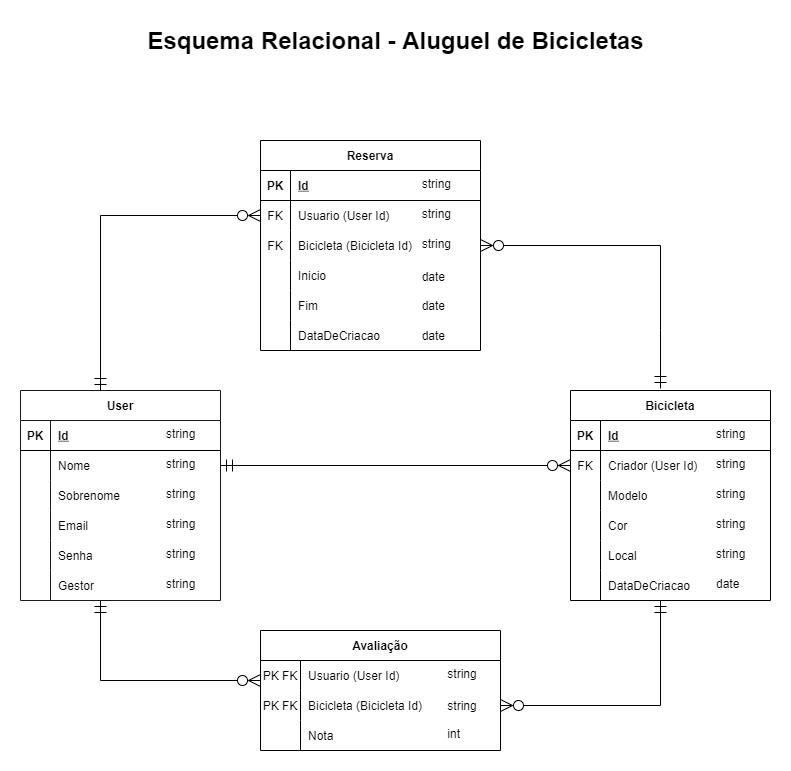
This is docs/img/diagramas/esquema-relacional.drawio.png from renemennab/projeto-aluguel-de-bicicleta-mobile, a draw.io export, as it was before one commit. Source tidied: cells renumbered, new cells last; positions are measured from the earlier drawing's top-left corner, leaving out a move shared by most shapes.
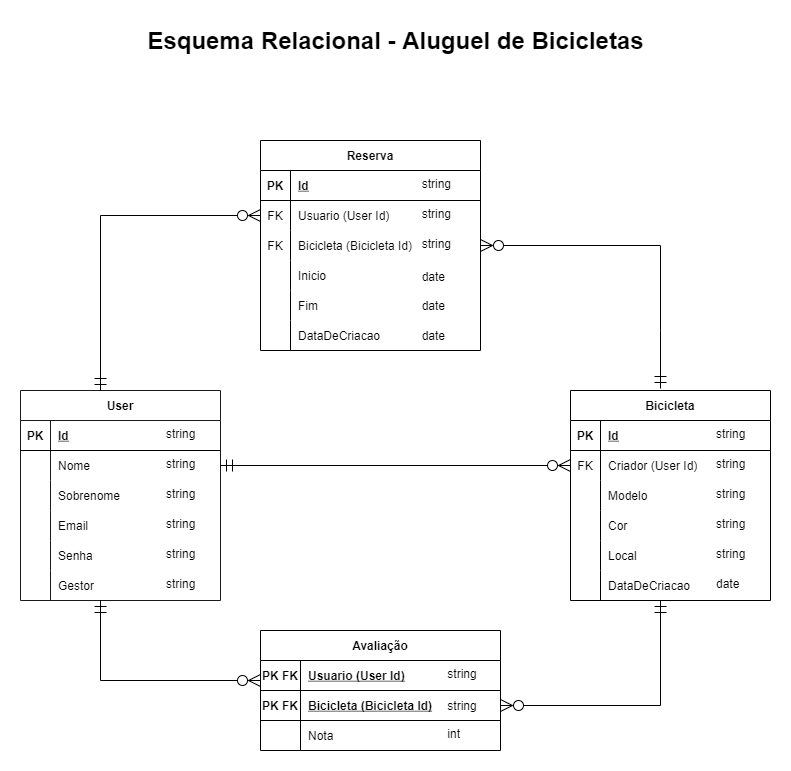
The same file after the commit.

Commit message:
ajuste esquema relacional

The edit, as a diff of the source:
```diff
@@ -260,22 +260,22 @@
     <mxCell id="87" value="Avaliação" style="shape=table;startSize=30;rowLines=0;fontStyle=1;align=center;fillColor=none;fontColor=#000000;strokeColor=#000000;" parent="86" vertex="1">
       <mxGeometry width="240" height="120" as="geometry" />
     </mxCell>
-    <mxCell id="88" style="shape=partialRectangle;fillColor=none;top=0;left=0;bottom=0;right=0;fontColor=#000000;" parent="87" vertex="1">
-      <mxGeometry y="30" width="240" height="30" as="geometry" />
-    </mxCell>
-    <mxCell id="89" value="PK FK" style="shape=partialRectangle;fillColor=none;top=0;left=0;bottom=0;right=0;fontStyle=0;overflow=hidden;fontColor=#000000;" parent="88" vertex="1">
-      <mxGeometry width="40" height="30" as="geometry" />
-    </mxCell>
+    <mxCell id="105" style="shape=partialRectangle;fillColor=none;top=0;left=0;bottom=1;right=0;strokeColor=#000000;" parent="87" vertex="1">
+      <mxGeometry y="30" width="240" height="30" as="geometry" />
+    </mxCell>
+    <mxCell id="106" value="PK FK" style="shape=partialRectangle;fillColor=none;top=0;left=0;bottom=0;right=0;fontStyle=1;overflow=hidden;strokeColor=#000000;fontColor=#000000;" parent="105" vertex="1">
+      <mxGeometry width="40" height="30" as="geometry" />
+    </mxCell>
-    <mxCell id="90" value="Usuario (User Id)" style="shape=partialRectangle;fillColor=none;top=0;left=0;bottom=0;right=0;align=left;spacingLeft=6;fontStyle=0;overflow=hidden;fontColor=#000000;" parent="88" vertex="1">
+    <mxCell id="90" value="Usuario (User Id)" style="shape=partialRectangle;fillColor=none;top=0;left=0;bottom=0;right=0;align=left;spacingLeft=6;fontStyle=5;overflow=hidden;strokeColor=#000000;fontColor=#000000;" parent="105" vertex="1">
       <mxGeometry x="40" width="200" height="30" as="geometry" />
     </mxCell>
-    <mxCell id="91" style="shape=partialRectangle;fillColor=none;top=0;left=0;bottom=0;right=0;points=[[0,0.5],[1,0.5]];portConstraint=eastwest;fontColor=#000000;" parent="87" vertex="1">
-      <mxGeometry y="60" width="240" height="30" as="geometry" />
-    </mxCell>
-    <mxCell id="92" value="PK FK" style="shape=partialRectangle;fillColor=none;top=0;left=0;bottom=0;right=0;fontStyle=0;overflow=hidden;fontColor=#000000;" parent="91" vertex="1">
-      <mxGeometry width="40" height="30" as="geometry" />
-    </mxCell>
+    <mxCell id="107" style="shape=partialRectangle;fillColor=none;top=0;left=0;bottom=1;right=0;fontColor=#000000;strokeColor=#000000;" parent="87" vertex="1">
+      <mxGeometry y="60" width="240" height="30" as="geometry" />
+    </mxCell>
+    <mxCell id="108" value="PK FK" style="shape=partialRectangle;fillColor=none;top=0;left=0;bottom=0;right=0;fontStyle=1;overflow=hidden;fontColor=#000000;strokeColor=#000000;" parent="107" vertex="1">
+      <mxGeometry width="40" height="30" as="geometry" />
+    </mxCell>
-    <mxCell id="93" value="Bicicleta (Bicicleta Id)" style="shape=partialRectangle;fillColor=none;top=0;left=0;bottom=0;right=0;align=left;spacingLeft=6;fontStyle=0;overflow=hidden;fontColor=#000000;" parent="91" vertex="1">
+    <mxCell id="93" value="Bicicleta (Bicicleta Id)" style="shape=partialRectangle;fillColor=none;top=0;left=0;bottom=0;right=0;align=left;spacingLeft=6;fontStyle=5;overflow=hidden;fontColor=#000000;strokeColor=#000000;" parent="107" vertex="1">
       <mxGeometry x="40" width="200" height="30" as="geometry" />
     </mxCell>
     <mxCell id="94" style="shape=partialRectangle;fillColor=none;top=0;left=0;bottom=0;right=0;fontColor=#000000;" parent="87" vertex="1">
@@ -315,9 +315,10 @@
         </Array>
       </mxGeometry>
     </mxCell>
-    <mxCell id="103" style="edgeStyle=none;rounded=0;html=1;entryX=1;entryY=0.5;entryDx=0;entryDy=0;startArrow=ERmandOne;startFill=0;endArrow=ERzeroToMany;endFill=0;startSize=10;endSize=10;fontColor=#FFFFFF;strokeColor=#000000;" parent="1" edge="1" target="91">
+    <mxCell id="103" style="edgeStyle=none;rounded=0;html=1;entryX=1;entryY=0.5;entryDx=0;entryDy=0;startArrow=ERmandOne;startFill=0;endArrow=ERzeroToMany;endFill=0;startSize=10;endSize=10;fontColor=#FFFFFF;strokeColor=#000000;" parent="1" edge="1">
       <mxGeometry relative="1" as="geometry">
         <mxPoint x="640" y="580" as="sourcePoint" />
+        <mxPoint x="480" y="685" as="targetPoint" />
         <Array as="points">
           <mxPoint x="640" y="685" />
         </Array>
```
